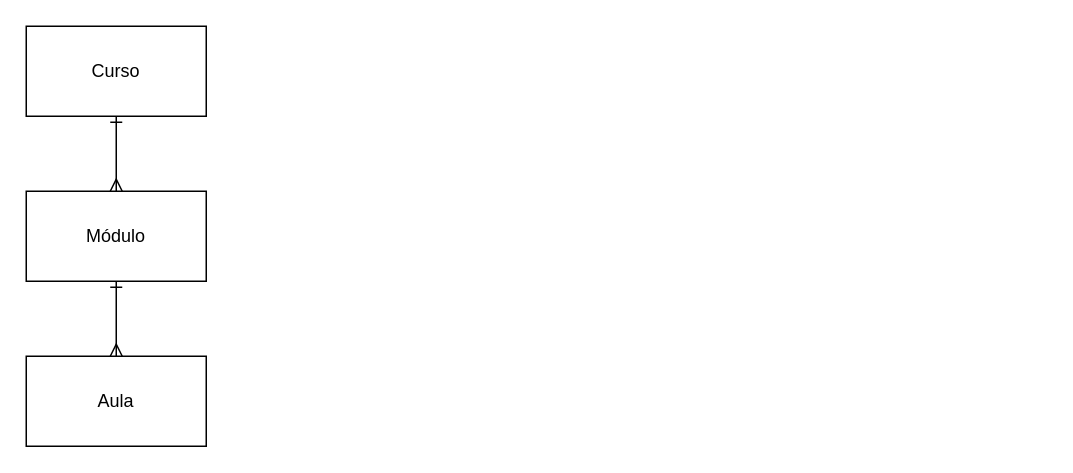
Earlier version of the draw.io diagram der.drawio (gabriellimoni/curso-fullstack). Source tidied: cells renumbered, new cells numbered last; positions are measured from the earlier drawing's top-left corner, leaving out a move shared by most shapes. Both pictures are drawn from the tidied source at 150%, with x=0, y=0 at pixel (26, 26).
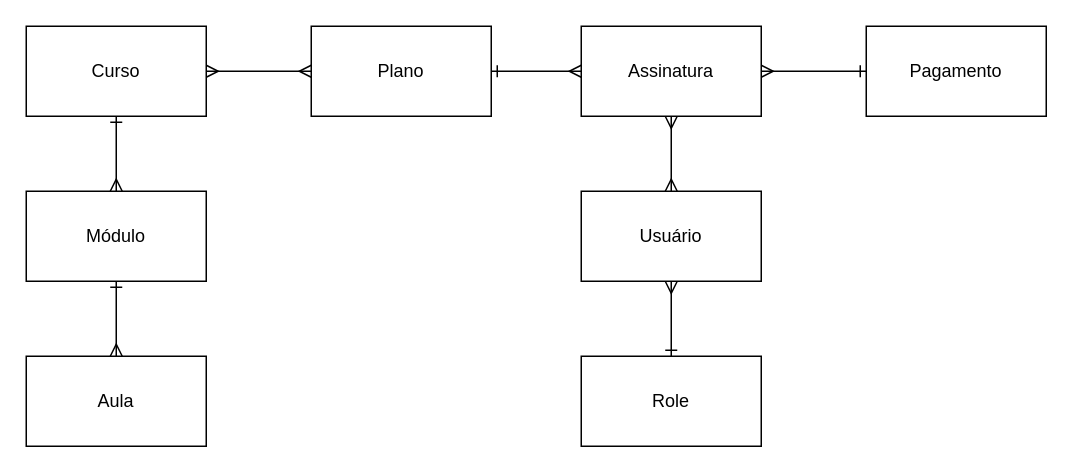
The same page after the edit.

Commit message:
docs: complement der

What changed in the source:
```diff
@@
 <mxGraphModel>
   <root>
     <mxCell id="0" />
     <mxCell id="1" parent="0" />
     <mxCell id="2" style="edgeStyle=none;html=1;exitX=0.5;exitY=1;exitDx=0;exitDy=0;entryX=0.5;entryY=0;entryDx=0;entryDy=0;endArrow=ERmany;endFill=0;startArrow=ERone;startFill=0;" parent="1" edge="1" source="3" target="5">
       <mxGeometry relative="1" as="geometry" />
     </mxCell>
+    <mxCell id="7" style="edgeStyle=none;html=1;exitX=1;exitY=0.5;exitDx=0;exitDy=0;entryX=0;entryY=0.5;entryDx=0;entryDy=0;startArrow=ERmany;startFill=0;endArrow=ERmany;endFill=0;" parent="1" edge="1" source="3" target="15">
+      <mxGeometry relative="1" as="geometry" />
+    </mxCell>
     <mxCell id="3" value="Curso" style="rounded=0;whiteSpace=wrap;html=1;" parent="1" vertex="1">
       <mxGeometry width="120" height="60" as="geometry" />
     </mxCell>
     <mxCell id="4" style="edgeStyle=none;html=1;exitX=0.5;exitY=1;exitDx=0;exitDy=0;entryX=0.5;entryY=0;entryDx=0;entryDy=0;startArrow=ERone;startFill=0;endArrow=ERmany;endFill=0;" parent="1" edge="1" source="5" target="6">
       <mxGeometry relative="1" as="geometry" />
     </mxCell>
     <mxCell id="5" value="Módulo" style="rounded=0;whiteSpace=wrap;html=1;" parent="1" vertex="1">
       <mxGeometry y="110" width="120" height="60" as="geometry" />
     </mxCell>
     <mxCell id="6" value="Aula" style="rounded=0;whiteSpace=wrap;html=1;" parent="1" vertex="1">
       <mxGeometry y="220" width="120" height="60" as="geometry" />
     </mxCell>
+    <mxCell id="8" style="edgeStyle=none;html=1;exitX=0.5;exitY=1;exitDx=0;exitDy=0;entryX=0.5;entryY=0;entryDx=0;entryDy=0;startArrow=ERmany;startFill=0;endArrow=ERmany;endFill=0;" parent="1" edge="1" source="9" target="13">
+      <mxGeometry relative="1" as="geometry" />
+    </mxCell>
+    <mxCell id="9" value="Assinatura" style="rounded=0;whiteSpace=wrap;html=1;" parent="1" vertex="1">
+      <mxGeometry x="370" width="120" height="60" as="geometry" />
+    </mxCell>
+    <mxCell id="10" style="edgeStyle=none;html=1;exitX=0;exitY=0.5;exitDx=0;exitDy=0;entryX=1;entryY=0.5;entryDx=0;entryDy=0;startArrow=ERone;startFill=0;endArrow=ERmany;endFill=0;" parent="1" edge="1" source="11" target="9">
+      <mxGeometry relative="1" as="geometry" />
+    </mxCell>
+    <mxCell id="11" value="Pagamento" style="rounded=0;whiteSpace=wrap;html=1;" parent="1" vertex="1">
+      <mxGeometry x="560" width="120" height="60" as="geometry" />
+    </mxCell>
+    <mxCell id="12" style="edgeStyle=none;html=1;exitX=0.5;exitY=1;exitDx=0;exitDy=0;entryX=0.5;entryY=0;entryDx=0;entryDy=0;startArrow=ERmany;startFill=0;endArrow=ERone;endFill=0;" parent="1" edge="1" source="13" target="16">
+      <mxGeometry relative="1" as="geometry" />
+    </mxCell>
+    <mxCell id="13" value="Usuário" style="rounded=0;whiteSpace=wrap;html=1;" parent="1" vertex="1">
+      <mxGeometry x="370" y="110" width="120" height="60" as="geometry" />
+    </mxCell>
+    <mxCell id="14" style="edgeStyle=none;html=1;exitX=1;exitY=0.5;exitDx=0;exitDy=0;entryX=0;entryY=0.5;entryDx=0;entryDy=0;startArrow=ERone;startFill=0;endArrow=ERmany;endFill=0;" parent="1" edge="1" source="15" target="9">
+      <mxGeometry relative="1" as="geometry" />
+    </mxCell>
+    <mxCell id="15" value="Plano" style="rounded=0;whiteSpace=wrap;html=1;" parent="1" vertex="1">
+      <mxGeometry x="190" width="120" height="60" as="geometry" />
+    </mxCell>
+    <mxCell id="16" value="Role" style="rounded=0;whiteSpace=wrap;html=1;" parent="1" vertex="1">
+      <mxGeometry x="370" y="220" width="120" height="60" as="geometry" />
+    </mxCell>
   </root>
 </mxGraphModel>
```
